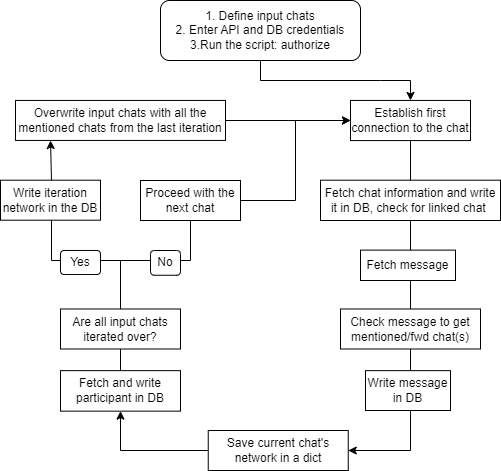
vraikonen/telegram-crawler keeps this draw.io diagram as img/flowchart.png. Above is the earlier version. Source tidied: cells renumbered, new cells last; positions are measured from the earlier drawing's top-left corner, leaving out a move shared by most shapes.
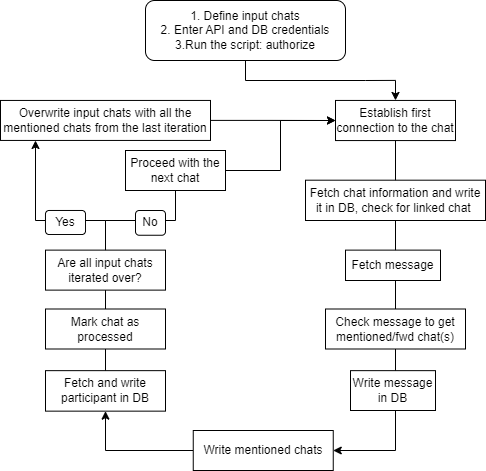
After the change.

Change to the diagram source:
```diff
@@ -30,15 +30,15 @@
     <mxCell id="9" style="edgeStyle=orthogonalEdgeStyle;rounded=0;jettySize=auto;html=1;exitX=0;exitY=0.5;exitDx=0;exitDy=0;entryX=0.5;entryY=1;entryDx=0;entryDy=0;" parent="1" edge="1" source="10" target="8">
       <mxGeometry relative="1" as="geometry" />
     </mxCell>
-    <mxCell id="10" value="Save current chat's network in a dict" style="rounded=0;whiteSpace=wrap;html=1;" parent="1" vertex="1">
+    <mxCell id="10" value="Write mentioned&amp;nbsp;chats" style="rounded=0;whiteSpace=wrap;html=1;" parent="1" vertex="1">
       <mxGeometry x="207.8" y="430" width="140" height="40" as="geometry" />
     </mxCell>
-    <mxCell id="11" style="edgeStyle=orthogonalEdgeStyle;rounded=0;jettySize=auto;html=1;" parent="1" edge="1" source="13">
+    <mxCell id="11" style="edgeStyle=orthogonalEdgeStyle;rounded=0;jettySize=auto;html=1;entryX=1;entryY=0.5;entryDx=0;entryDy=0;" parent="1" edge="1" source="13" target="17">
       <mxGeometry relative="1" as="geometry">
-        <mxPoint x="240" y="200" as="targetPoint" />
         <Array as="points">
-          <mxPoint x="120" y="260" />
-          <mxPoint x="190" y="260" />
+          <mxPoint x="120" y="220" />
+          <mxPoint x="190" y="220" />
+          <mxPoint x="190" y="170" />
         </Array>
       </mxGeometry>
     </mxCell>
@@ -46,31 +46,26 @@
       <mxGeometry relative="1" as="geometry">
         <mxPoint x="50" y="140" as="targetPoint" />
         <Array as="points">
-          <mxPoint x="120" y="260" />
-          <mxPoint x="51" y="260" />
-          <mxPoint x="51" y="180" />
-          <mxPoint x="50" y="180" />
+          <mxPoint x="120" y="220" />
+          <mxPoint x="50" y="220" />
         </Array>
       </mxGeometry>
     </mxCell>
     <mxCell id="13" value="Are all input chats iterated over?" style="rounded=0;whiteSpace=wrap;html=1;" parent="1" vertex="1">
-      <mxGeometry x="60" y="308.5" width="120" height="40" as="geometry" />
+      <mxGeometry x="60" y="249.6" width="120" height="40" as="geometry" />
     </mxCell>
     <mxCell id="14" value="No" style="rounded=1;whiteSpace=wrap;html=1;" parent="1" vertex="1">
-      <mxGeometry x="150" y="250" width="30" height="24.8" as="geometry" />
+      <mxGeometry x="150" y="210" width="30" height="24.8" as="geometry" />
     </mxCell>
     <mxCell id="15" value="Yes" style="rounded=1;whiteSpace=wrap;html=1;" parent="1" vertex="1">
-      <mxGeometry x="60" y="250" width="40" height="24" as="geometry" />
+      <mxGeometry x="60" y="210" width="40" height="24" as="geometry" />
     </mxCell>
     <mxCell id="16" style="edgeStyle=orthogonalEdgeStyle;rounded=0;jettySize=auto;html=1;entryX=0;entryY=0.5;entryDx=0;entryDy=0;" parent="1" edge="1" source="17" target="2">
       <mxGeometry relative="1" as="geometry" />
     </mxCell>
     <mxCell id="17" value="Proceed with the next chat" style="rounded=0;whiteSpace=wrap;html=1;" parent="1" vertex="1">
-      <mxGeometry x="140" y="180" width="100" height="40" as="geometry" />
+      <mxGeometry x="140" y="150" width="100" height="40" as="geometry" />
     </mxCell>
-    <mxCell id="18" value="Write iteration network in the DB" style="rounded=0;whiteSpace=wrap;html=1;" parent="1" vertex="1">
-      <mxGeometry y="179.7" width="100" height="40" as="geometry" />
-    </mxCell>
     <mxCell id="19" style="edgeStyle=orthogonalEdgeStyle;rounded=0;jettySize=auto;html=1;" parent="1" edge="1" source="20">
       <mxGeometry relative="1" as="geometry">
         <mxPoint x="350" y="120" as="targetPoint" />
@@ -85,5 +80,8 @@
     <mxCell id="22" value="1. Define input chats&lt;br style=&quot;border-color: var(--border-color);&quot;&gt;2. Enter API and DB credentials&lt;br style=&quot;border-color: var(--border-color);&quot;&gt;3.Run the script: authorize" style="rounded=1;whiteSpace=wrap;html=1;" parent="1" vertex="1">
       <mxGeometry x="160" width="200" height="60" as="geometry" />
     </mxCell>
+    <mxCell id="23" value="Mark chat as processed" style="rounded=0;whiteSpace=wrap;html=1;" parent="1" vertex="1">
+      <mxGeometry x="60" y="308.5" width="120" height="40" as="geometry" />
+    </mxCell>
   </root>
 </mxGraphModel>
```
